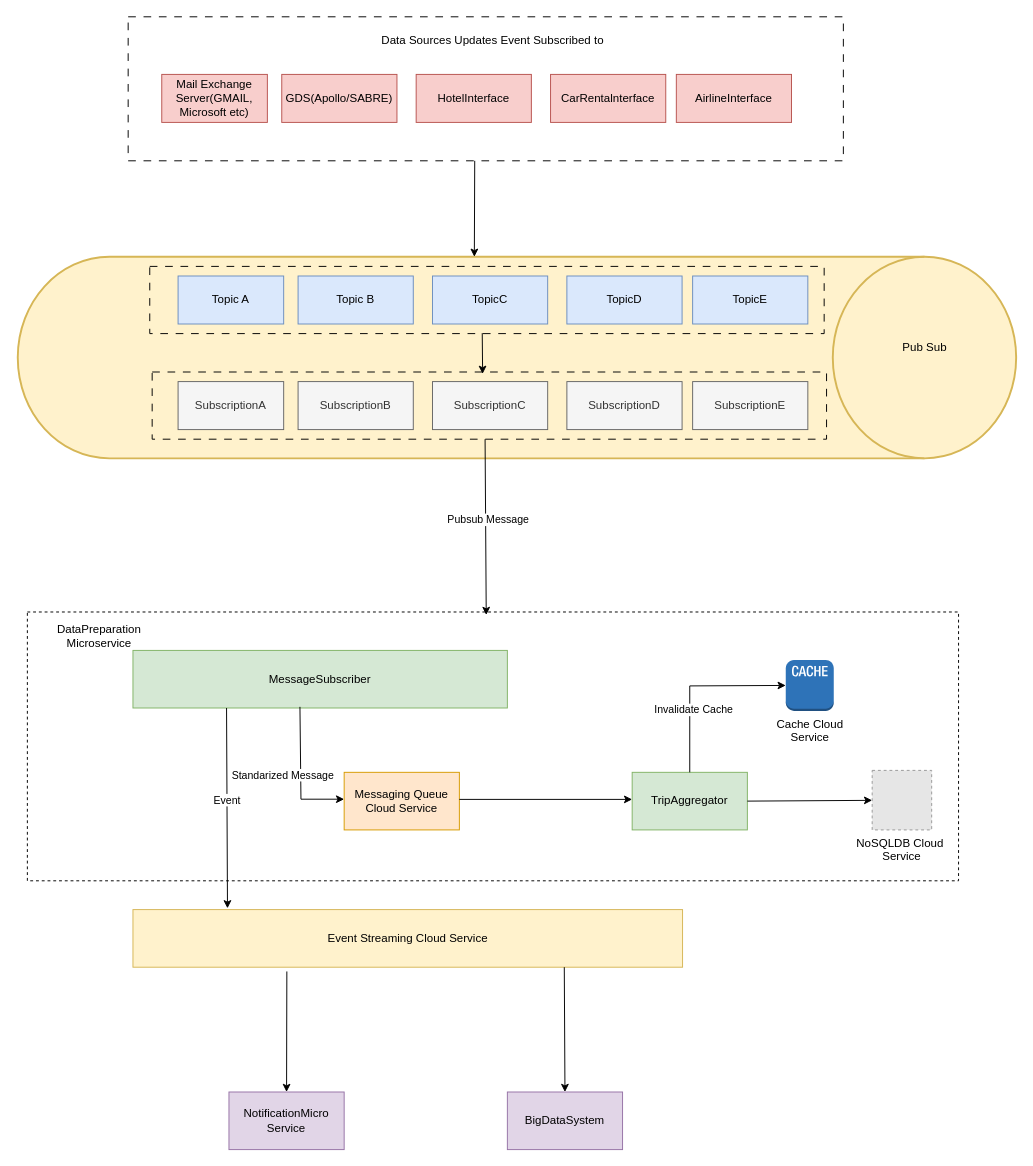
The draw.io diagram Diagrams/IndividualComponentDiagrams/RawFiles/DataUpdatesConsumer.drawio in beyond-blueprints/arch-katas-2023, before the edit. Source tidied: cells renumbered, new cells numbered last; positions are measured from the earlier drawing's top-left corner, leaving out a move shared by most shapes. Both pictures are drawn from the tidied source at 96%, with x=0, y=0 at pixel (17, 16). Pictures stored in the file or linked from it are replaced by grey dashed boxes.
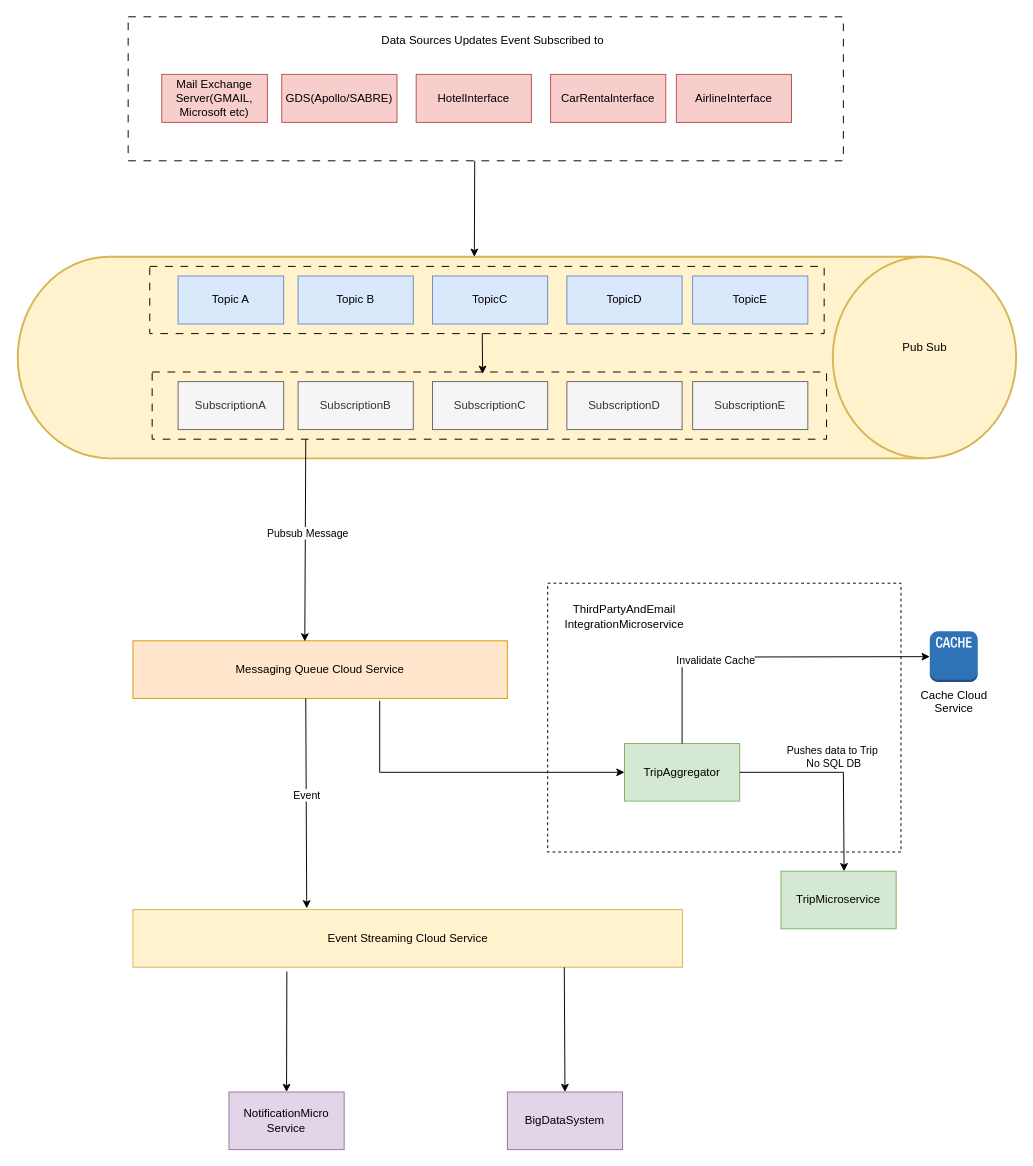
Above is the later version.

Unchanged cells that the change refers to:
```xml
<mxCell id="40" value="Event Streaming Cloud Service" style="rounded=0;whiteSpace=wrap;html=1;fillColor=#fff2cc;strokeColor=#d6b656;" parent="1" vertex="1">
  <mxGeometry x="120" y="930" width="572.5" height="60" as="geometry" />
</mxCell>
```

Diff of the diagram source:
```diff
@@
     <mxCell id="11" style="rounded=0;whiteSpace=wrap;html=1;dashed=1;fillColor=none;" parent="1" vertex="1">
-      <mxGeometry x="10" y="620" width="970" height="280" as="geometry" />
+      <mxGeometry x="552" y="590" width="368" height="280" as="geometry" />
     </mxCell>
-    <mxCell id="12" value="MessageSubscriber" style="rounded=0;whiteSpace=wrap;html=1;fillColor=#d5e8d4;strokeColor=#82b366;" parent="1" vertex="1">
-      <mxGeometry x="120" y="660" width="390" height="60" as="geometry" />
+    <mxCell id="12" value="Messaging Queue Cloud Service" style="rounded=0;whiteSpace=wrap;html=1;fillColor=#ffe6cc;strokeColor=#d79b00;" parent="1" vertex="1">
+      <mxGeometry x="120" y="650" width="390" height="60" as="geometry" />
     </mxCell>
-    <mxCell id="13" style="endArrow=classic;html=1;rounded=0;exitX=0.446;exitY=0.98;exitDx=0;exitDy=0;entryX=0;entryY=0.5;entryDx=0;entryDy=0;exitPerimeter=0;" parent="1" edge="1" source="12">
-      <mxGeometry relative="1" as="geometry">
-        <mxPoint x="340" y="815" as="targetPoint" />
-        <Array as="points">
-          <mxPoint x="295" y="815" />
-        </Array>
-      </mxGeometry>
-    </mxCell>
-    <mxCell id="14" value="Standarized Message" style="edgeLabel;html=1;align=center;verticalAlign=middle;" parent="13" vertex="1">
-      <mxGeometry x="0.24" y="-2" relative="1" as="geometry">
-        <mxPoint x="-17" y="-17" as="offset" />
-      </mxGeometry>
-    </mxCell>
     <mxCell id="15" value="TripAggregator" style="rounded=0;whiteSpace=wrap;html=1;fillColor=#d5e8d4;strokeColor=#82b366;" parent="1" vertex="1">
-      <mxGeometry x="640" y="787" width="120" height="60" as="geometry" />
+      <mxGeometry x="632" y="757" width="120" height="60" as="geometry" />
     </mxCell>
-    <mxCell id="16" value="NoSQLDB Cloud &#10;Service" style="fillColor=#E6E6E6;strokeColor=#999999;dashed=1;verticalLabelPosition=bottom;verticalAlign=top;" parent="1" vertex="1">
-      <mxGeometry x="890" y="785" width="62" height="62" as="geometry" />
-    </mxCell>
-    <mxCell id="17" style="endArrow=classic;html=1;rounded=0;" parent="1" edge="1" target="16">
-      <mxGeometry relative="1" as="geometry">
-        <mxPoint x="760" y="817" as="sourcePoint" />
-      </mxGeometry>
-    </mxCell>
-    <mxCell id="18" value="Messaging Queue Cloud Service" style="rounded=0;whiteSpace=wrap;html=1;fillColor=#ffe6cc;strokeColor=#d79b00;" parent="1" vertex="1">
-      <mxGeometry x="340" y="787" width="120" height="60" as="geometry" />
-    </mxCell>
-    <mxCell id="19" style="endArrow=classic;html=1;rounded=0;exitX=1;exitY=0.25;exitDx=0;exitDy=0;entryX=0;entryY=0.25;entryDx=0;entryDy=0;" parent="1" edge="1">
-      <mxGeometry relative="1" as="geometry">
-        <mxPoint x="460" y="815.2" as="sourcePoint" />
-        <mxPoint x="640" y="815.2" as="targetPoint" />
-      </mxGeometry>
-    </mxCell>
     <mxCell id="20" value="Cache Cloud&lt;br&gt;Service" style="outlineConnect=0;dashed=0;verticalLabelPosition=bottom;verticalAlign=top;align=center;html=1;shape=mxgraph.aws3.cache_node;fillColor=#2E73B8;gradientColor=none;" parent="1" vertex="1">
-      <mxGeometry x="800" y="670" width="50" height="53" as="geometry" />
+      <mxGeometry x="950" y="640" width="50" height="53" as="geometry" />
     </mxCell>
     <mxCell id="21" style="endArrow=classic;html=1;rounded=0;exitX=0.5;exitY=0;exitDx=0;exitDy=0;entryX=0;entryY=0.5;entryDx=0;entryDy=0;entryPerimeter=0;" parent="1" edge="1" source="15" target="20">
       <mxGeometry relative="1" as="geometry">
         <Array as="points">
-          <mxPoint x="700" y="697" />
+          <mxPoint x="692" y="667" />
         </Array>
       </mxGeometry>
     </mxCell>
@@
-    <mxCell id="36" style="endArrow=classic;html=1;rounded=0;exitX=0.5;exitY=1;exitDx=0;exitDy=0;entryX=0.473;entryY=0.011;entryDx=0;entryDy=0;entryPerimeter=0;" parent="1" edge="1">
+    <mxCell id="36" style="endArrow=classic;html=1;rounded=0;exitX=0.5;exitY=1;exitDx=0;exitDy=0;entryX=0.459;entryY=0.011;entryDx=0;entryDy=0;entryPerimeter=0;" parent="1" edge="1" target="12">
       <mxGeometry relative="1" as="geometry">
-        <mxPoint x="486.8" y="440" as="sourcePoint" />
-        <mxPoint x="488" y="623.1" as="targetPoint" />
+        <mxPoint x="300" y="440" as="sourcePoint" />
       </mxGeometry>
     </mxCell>
@@
-    <mxCell id="38" value="DataPreparation&lt;br&gt;Microservice" style="text;html=1;strokeColor=none;fillColor=none;align=center;verticalAlign=middle;whiteSpace=wrap;rounded=0;" parent="1" vertex="1">
-      <mxGeometry x="55" y="630" width="60" height="30" as="geometry" />
-    </mxCell>
@@
-    <mxCell id="41" style="endArrow=classic;html=1;rounded=0;exitX=0.25;exitY=1;exitDx=0;exitDy=0;entryX=0.172;entryY=-0.022;entryDx=0;entryDy=0;entryPerimeter=0;" parent="1" edge="1" source="12" target="40">
-      <mxGeometry relative="1" as="geometry" />
+    <mxCell id="41" style="endArrow=classic;html=1;rounded=0;exitX=0.25;exitY=1;exitDx=0;exitDy=0;entryX=0.172;entryY=-0.022;entryDx=0;entryDy=0;entryPerimeter=0;" parent="1" edge="1">
+      <mxGeometry relative="1" as="geometry">
+        <mxPoint x="300" y="710" as="sourcePoint" />
+        <mxPoint x="301" y="928.7" as="targetPoint" />
+      </mxGeometry>
     </mxCell>
@@
+    <mxCell id="47" value="ThirdPartyAndEmail&lt;br&gt;IntegrationMicroservice" style="text;html=1;strokeColor=none;fillColor=none;align=center;verticalAlign=middle;whiteSpace=wrap;rounded=0;" parent="1" vertex="1">
+      <mxGeometry x="602" y="610" width="60" height="30" as="geometry" />
+    </mxCell>
+    <mxCell id="48" style="endArrow=classic;html=1;rounded=0;exitX=0.659;exitY=1.041;exitDx=0;exitDy=0;exitPerimeter=0;entryX=0;entryY=0.5;entryDx=0;entryDy=0;" parent="1" edge="1" source="12" target="15">
+      <mxGeometry relative="1" as="geometry">
+        <Array as="points">
+          <mxPoint x="377" y="787" />
+        </Array>
+      </mxGeometry>
+    </mxCell>
+    <mxCell id="49" style="endArrow=classic;html=1;rounded=0;entryX=0.548;entryY=0.001;entryDx=0;entryDy=0;exitX=1;exitY=0.5;exitDx=0;exitDy=0;entryPerimeter=0;" parent="1" edge="1" source="15" target="51">
+      <mxGeometry relative="1" as="geometry">
+        <Array as="points">
+          <mxPoint x="860" y="787" />
+        </Array>
+      </mxGeometry>
+    </mxCell>
+    <mxCell id="50" value="Pushes data to Trip&amp;nbsp;&lt;br&gt;No SQL DB" style="edgeLabel;html=1;align=center;verticalAlign=middle;" parent="49" vertex="1">
+      <mxGeometry x="-0.18" relative="1" as="geometry">
+        <mxPoint x="10" y="-17" as="offset" />
+      </mxGeometry>
+    </mxCell>
+    <mxCell id="51" value="TripMicroservice" style="rounded=0;whiteSpace=wrap;html=1;fillColor=#d5e8d4;strokeColor=#82b366;" parent="1" vertex="1">
+      <mxGeometry x="795" y="890" width="120" height="60" as="geometry" />
+    </mxCell>
```
